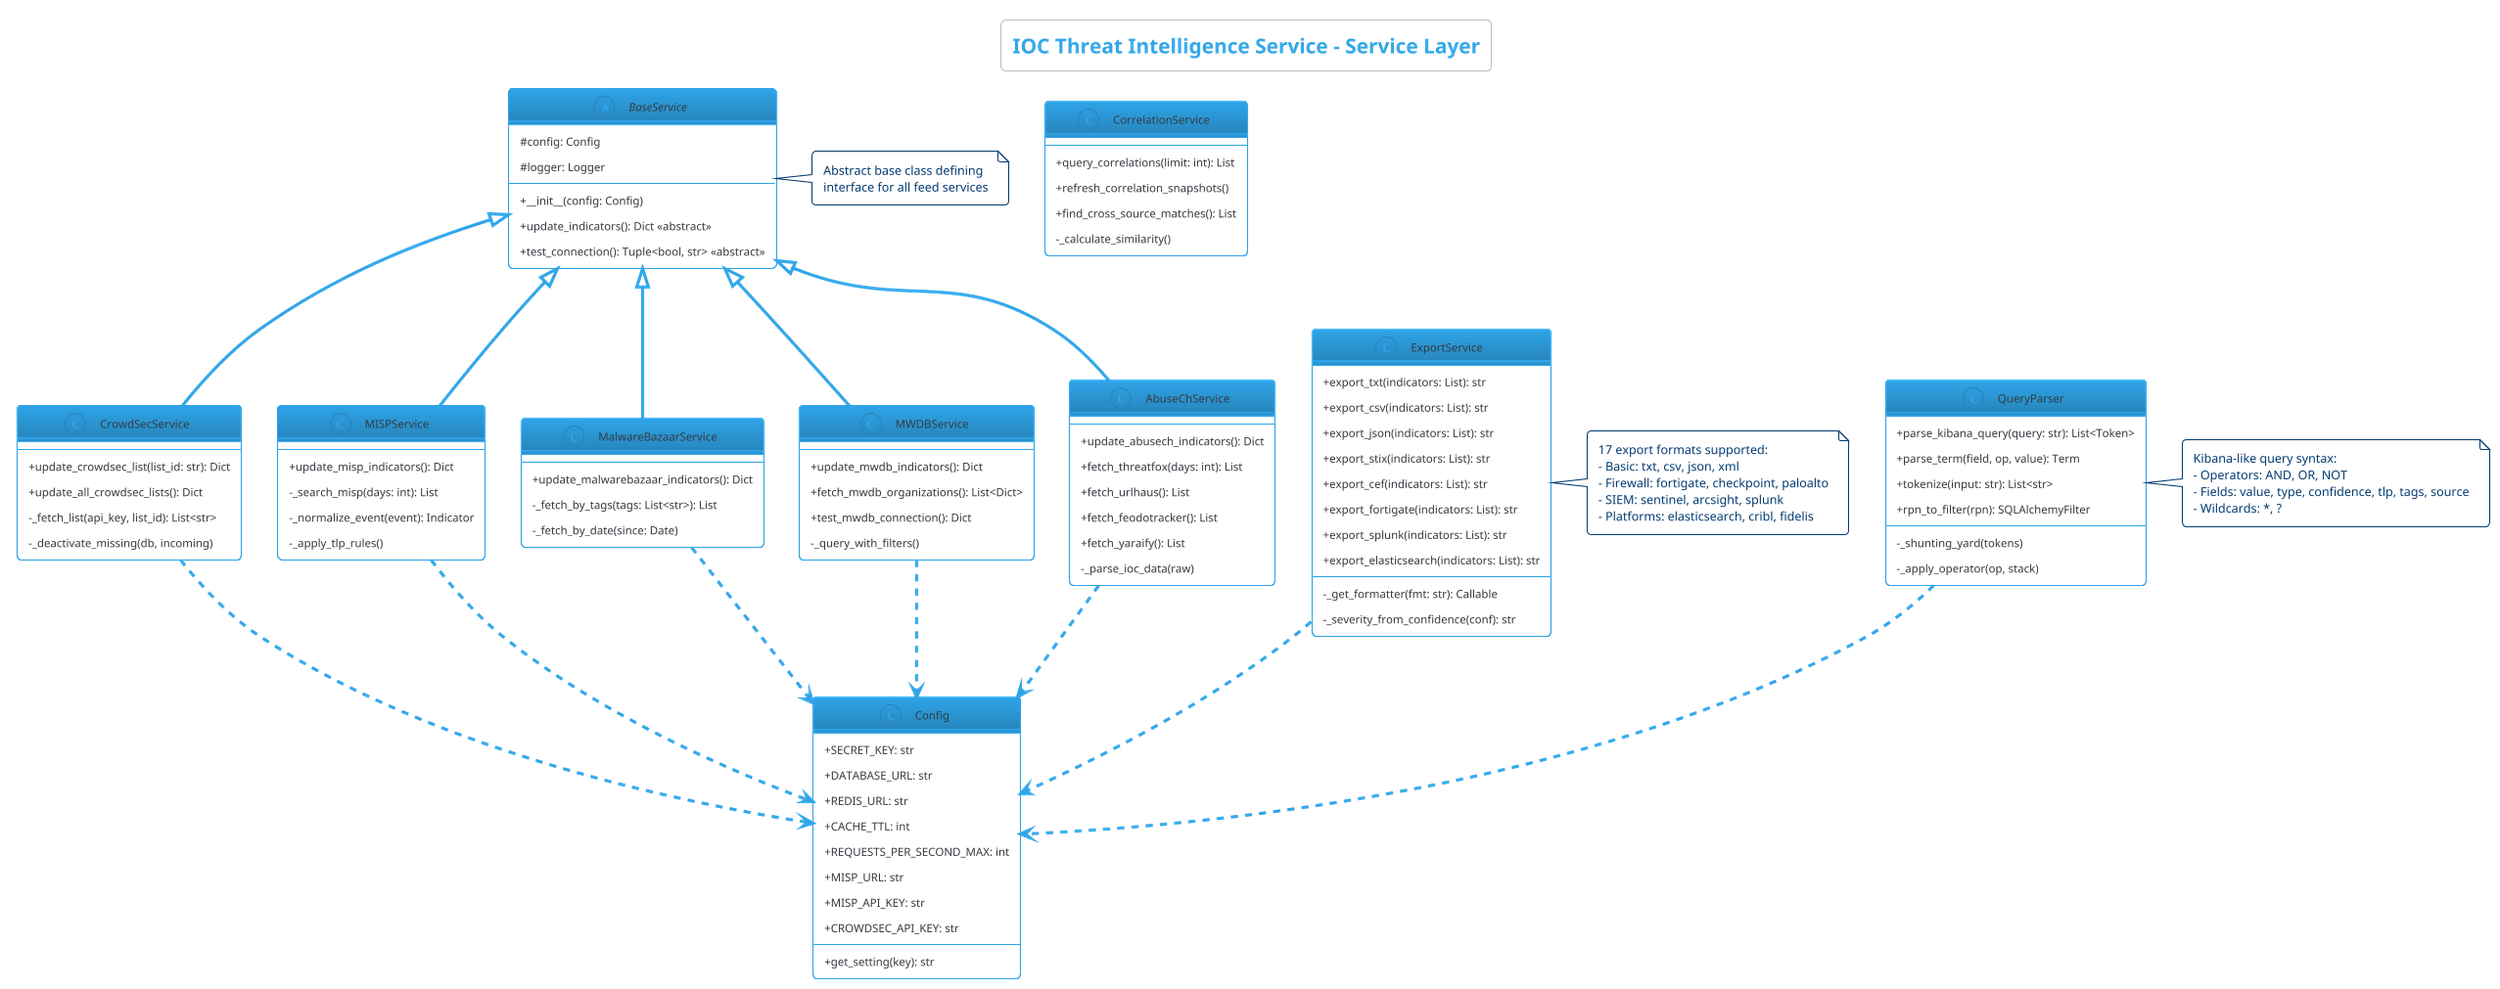
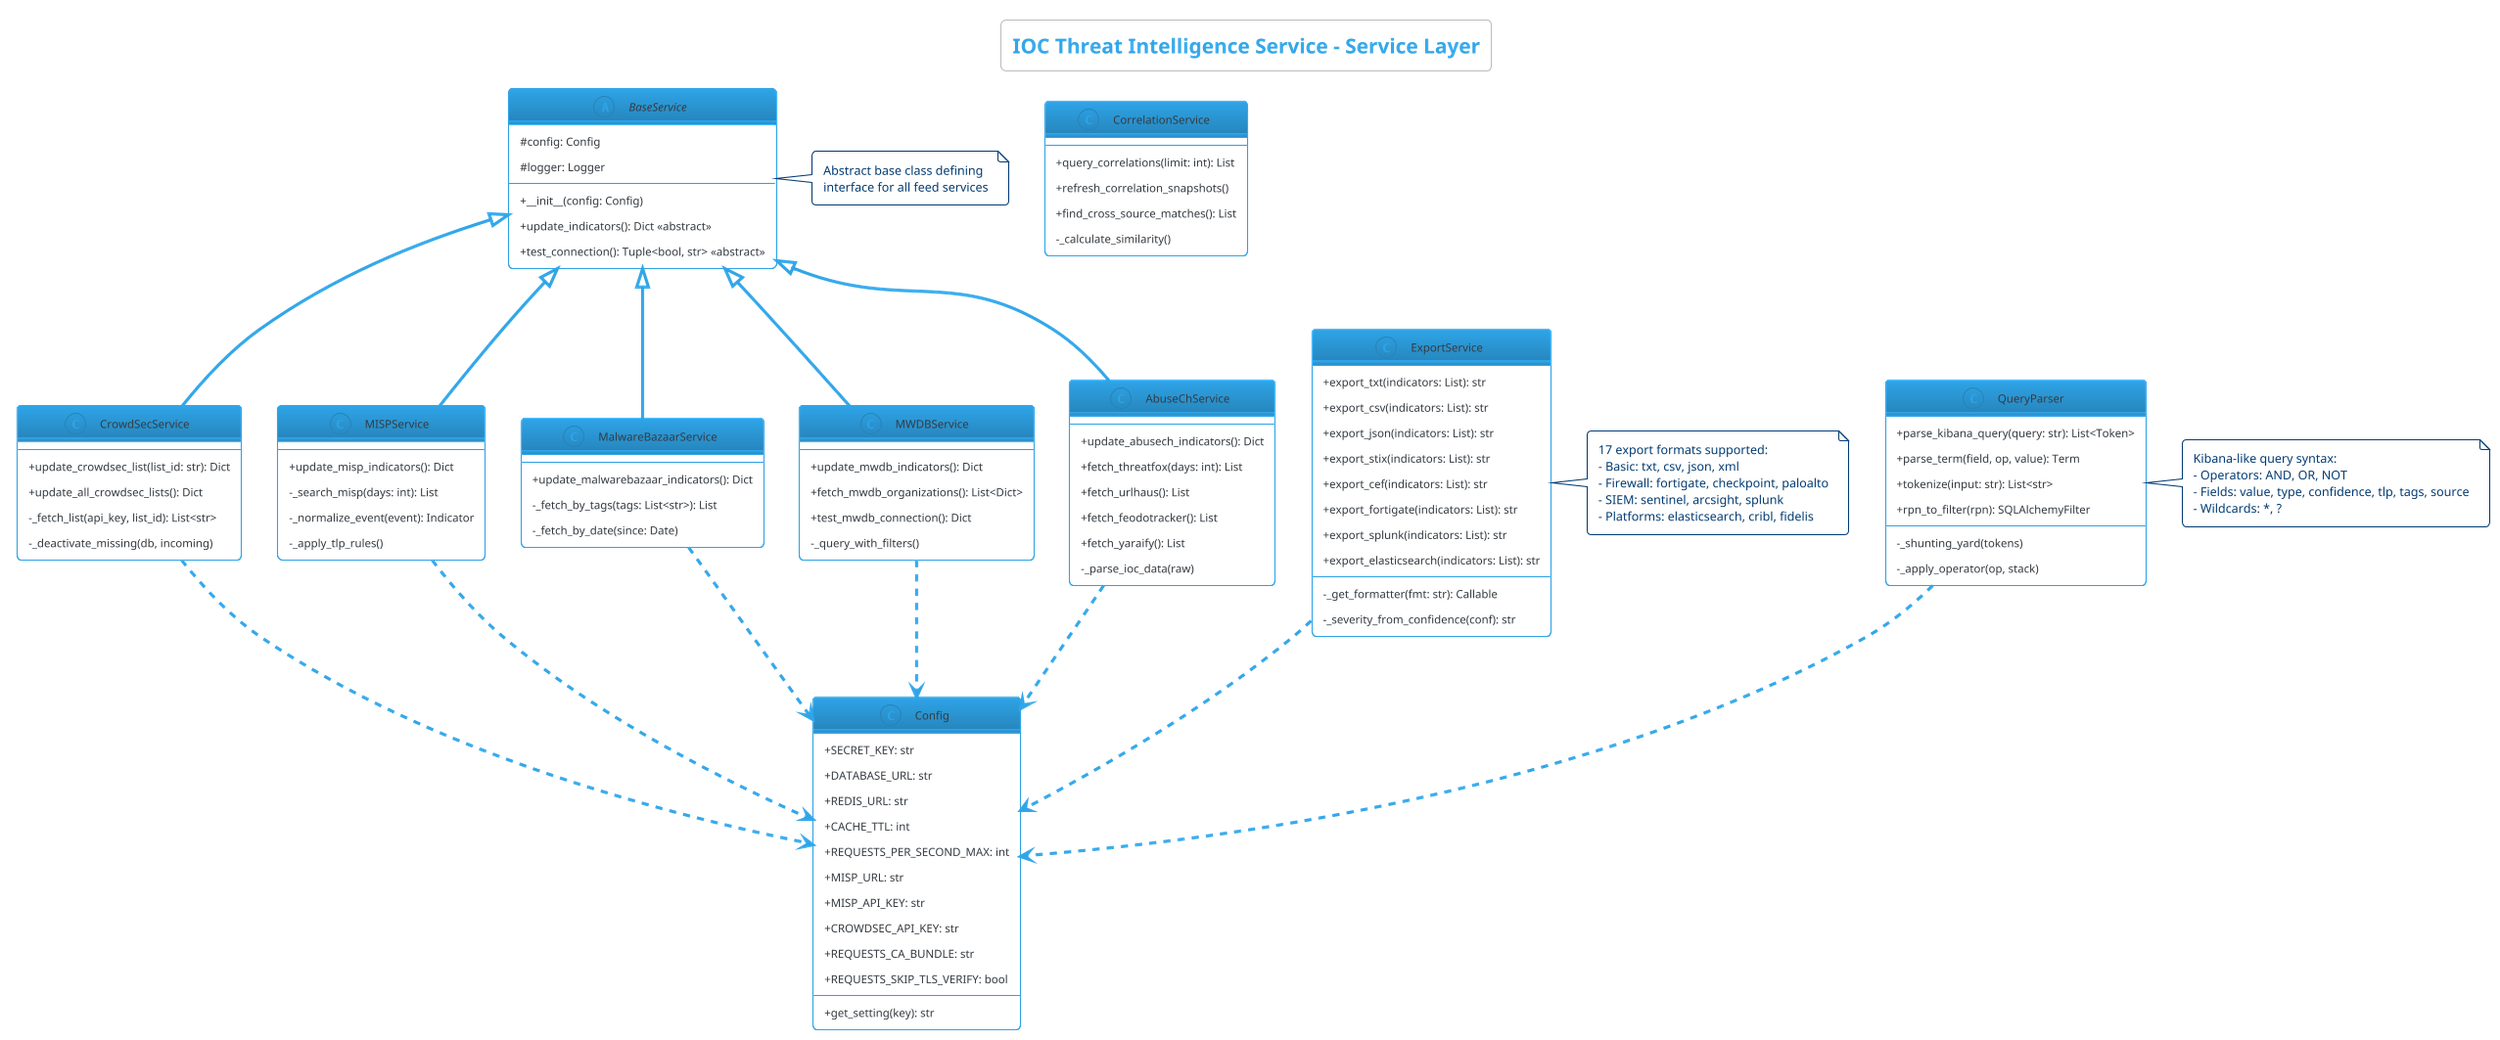
@startuml IOC_Service_Layer
!theme cerulean-outline
skinparam classAttributeIconSize 0

title IOC Threat Intelligence Service - Service Layer

abstract class BaseService {
    #config: Config
    #logger: Logger
    --
    +__init__(config: Config)
    +update_indicators(): Dict <<abstract>>
    +test_connection(): Tuple<bool, str> <<abstract>>
}

class CrowdSecService {
    +update_crowdsec_list(list_id: str): Dict
    +update_all_crowdsec_lists(): Dict
    -_fetch_list(api_key, list_id): List<str>
    -_deactivate_missing(db, incoming)
}

class MISPService {
    +update_misp_indicators(): Dict
    -_search_misp(days: int): List
    -_normalize_event(event): Indicator
    -_apply_tlp_rules()
}

class MalwareBazaarService {
    +update_malwarebazaar_indicators(): Dict
    -_fetch_by_tags(tags: List<str>): List
    -_fetch_by_date(since: Date)
}

class MWDBService {
    +update_mwdb_indicators(): Dict
    +fetch_mwdb_organizations(): List<Dict>
    +test_mwdb_connection(): Dict
    -_query_with_filters()
}

class AbuseChService {
    +update_abusech_indicators(): Dict
    +fetch_threatfox(days: int): List
    +fetch_urlhaus(): List
    +fetch_feodotracker(): List
    +fetch_yaraify(): List
    -_parse_ioc_data(raw)
}

class CorrelationService {
    +query_correlations(limit: int): List
    +refresh_correlation_snapshots()
    +find_cross_source_matches(): List
    -_calculate_similarity()
}

class ExportService {
    +export_txt(indicators: List): str
    +export_csv(indicators: List): str
    +export_json(indicators: List): str
    +export_stix(indicators: List): str
    +export_cef(indicators: List): str
    +export_fortigate(indicators: List): str
    +export_splunk(indicators: List): str
    +export_elasticsearch(indicators: List): str
    --
    -_get_formatter(fmt: str): Callable
    -_severity_from_confidence(conf): str
}

class QueryParser {
    +parse_kibana_query(query: str): List<Token>
    +parse_term(field, op, value): Term
    +tokenize(input: str): List<str>
    +rpn_to_filter(rpn): SQLAlchemyFilter
    --
    -_shunting_yard(tokens)
    -_apply_operator(op, stack)
}

class Config {
    +SECRET_KEY: str
    +DATABASE_URL: str
    +REDIS_URL: str
    +CACHE_TTL: int
    +REQUESTS_PER_SECOND_MAX: int
    +MISP_URL: str
    +MISP_API_KEY: str
    +CROWDSEC_API_KEY: str
+     +REQUESTS_CA_BUNDLE: str
+     +REQUESTS_SKIP_TLS_VERIFY: bool
    --
    +get_setting(key): str
}

' Inheritance
BaseService <|-- CrowdSecService
BaseService <|-- MISPService
BaseService <|-- MalwareBazaarService
BaseService <|-- MWDBService
BaseService <|-- AbuseChService

' Dependencies
CrowdSecService ..> Config
MISPService ..> Config
MalwareBazaarService ..> Config
MWDBService ..> Config
AbuseChService ..> Config
ExportService ..> Config
QueryParser ..> Config

note right of BaseService
  Abstract base class defining
  interface for all feed services
end note

note right of ExportService
  17 export formats supported:
  - Basic: txt, csv, json, xml
  - Firewall: fortigate, checkpoint, paloalto
  - SIEM: sentinel, arcsight, splunk
  - Platforms: elasticsearch, cribl, fidelis
end note

note right of QueryParser
  Kibana-like query syntax:
  - Operators: AND, OR, NOT
  - Fields: value, type, confidence, tlp, tags, source
  - Wildcards: *, ?
end note

- @enduml+ @enduml
